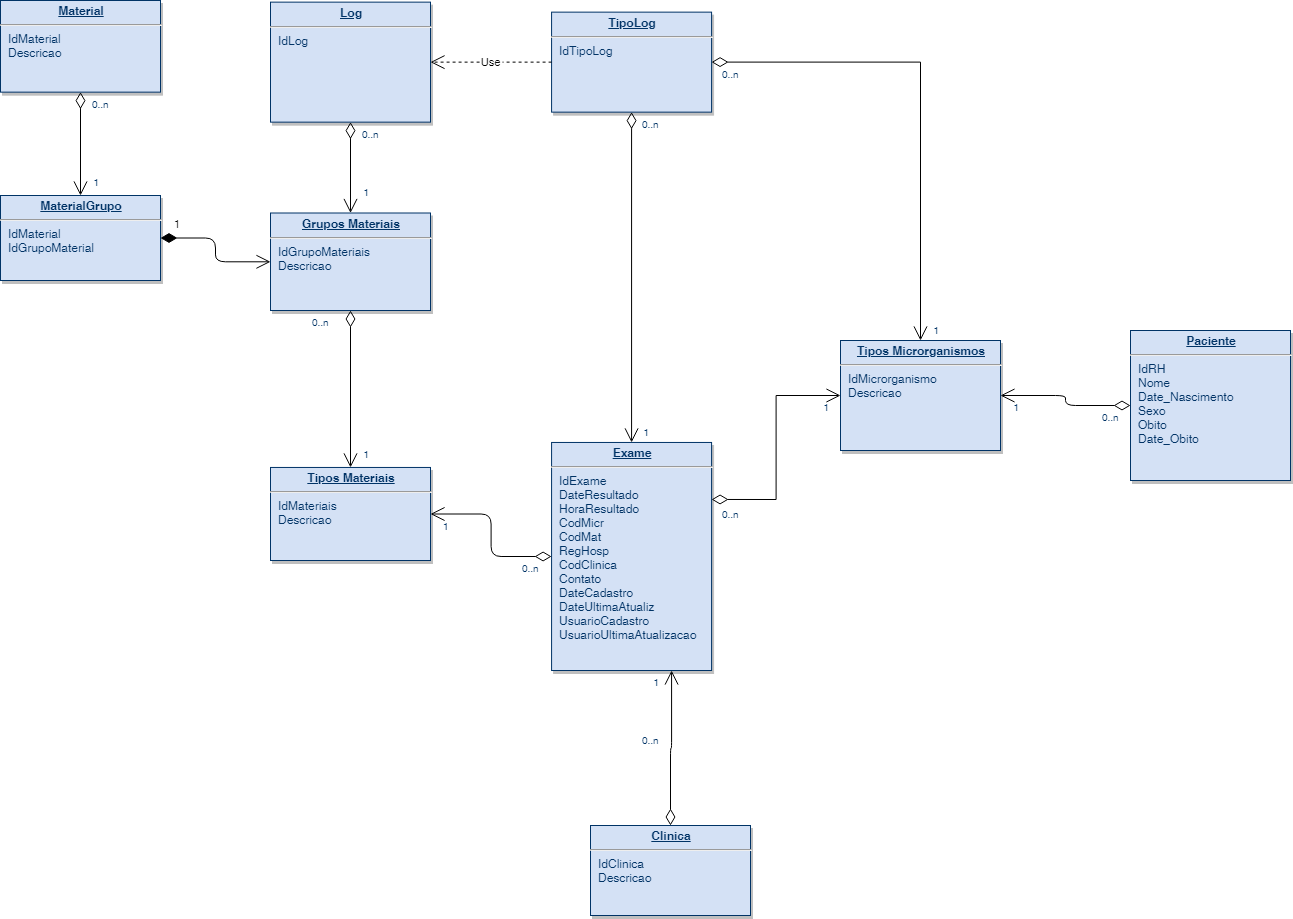
Earlier version of the draw.io export Sistema_Isolamento.png (henriqlustosa/Sistema_Isolamento_Novo). Source tidied: cells renumbered, new cells last; positions are measured from the earlier drawing's top-left corner, leaving out a move shared by most shapes.
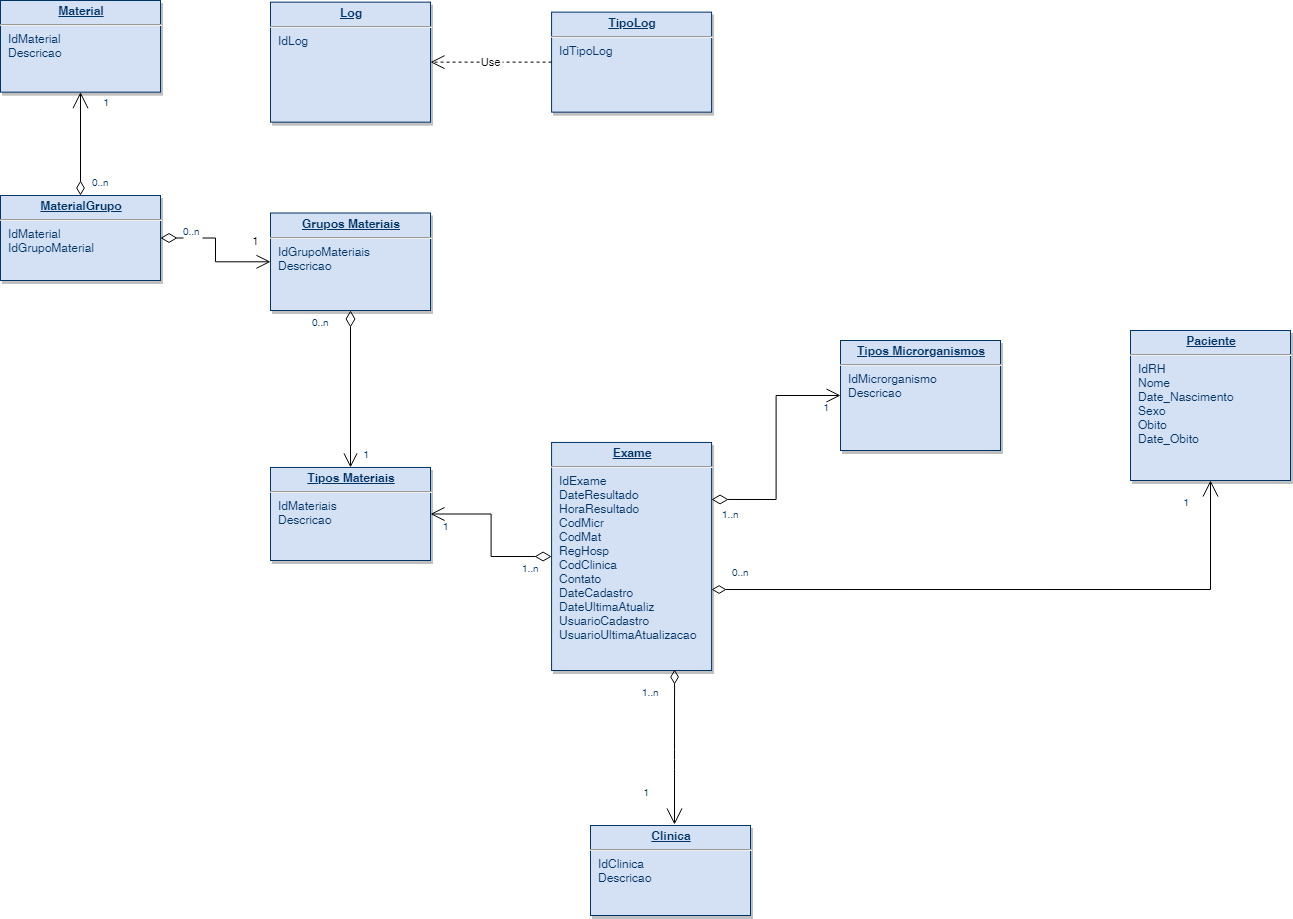
After the commit.

The edit, as a diff of the source:
```diff
@@ -32,36 +32,10 @@
     <mxCell id="11" value="&lt;p style=&quot;margin: 0px ; margin-top: 4px ; text-align: center ; text-decoration: underline&quot;&gt;&lt;b&gt;Clinica&lt;/b&gt;&lt;/p&gt;&lt;hr&gt;&lt;p style=&quot;margin: 0px ; margin-left: 8px&quot;&gt;IdClinica&lt;/p&gt;&lt;p style=&quot;margin: 0px ; margin-left: 8px&quot;&gt;Descricao&lt;/p&gt;" style="verticalAlign=top;align=left;overflow=fill;fontSize=12;fontFamily=Helvetica;html=1;strokeColor=#003366;shadow=1;fillColor=#D4E1F5;fontColor=#003366;" parent="1" vertex="1">
       <mxGeometry x="590" y="825" width="160" height="90" as="geometry" />
     </mxCell>
-    <mxCell id="12" style="endArrow=open;endSize=12;startArrow=diamondThin;startSize=14;startFill=0;edgeStyle=orthogonalEdgeStyle;" parent="1" edge="1" source="2" target="3">
-      <mxGeometry y="160" as="geometry" />
-    </mxCell>
-    <mxCell id="13" value="0..n" style="align=left;verticalAlign=top;labelBackgroundColor=#ffffff;fontSize=10;strokeColor=#003366;shadow=1;fillColor=#D4E1F5;fontColor=#003366;" parent="12" vertex="1">
-      <mxGeometry x="-1" relative="1" as="geometry">
-        <mxPoint x="10" as="offset" />
-      </mxGeometry>
-    </mxCell>
-    <mxCell id="14" value="1" style="align=right;verticalAlign=top;labelBackgroundColor=#ffffff;fontSize=10;strokeColor=#003366;shadow=1;fillColor=#D4E1F5;fontColor=#003366;" parent="12" vertex="1">
-      <mxGeometry x="1" relative="1" as="geometry">
-        <mxPoint x="590" y="105" as="offset" />
-      </mxGeometry>
-    </mxCell>
-    <mxCell id="15" style="endArrow=open;endSize=12;startArrow=diamondThin;startSize=14;startFill=0;edgeStyle=orthogonalEdgeStyle;rounded=0;" parent="1" edge="1" source="6" target="5">
-      <mxGeometry x="519.4" y="180" as="geometry" />
-    </mxCell>
-    <mxCell id="16" value="0..n" style="align=left;verticalAlign=top;labelBackgroundColor=#ffffff;fontSize=10;strokeColor=#003366;shadow=1;fillColor=#D4E1F5;fontColor=#003366;" parent="15" vertex="1">
-      <mxGeometry x="-1" relative="1" as="geometry">
-        <mxPoint x="8.9" as="offset" />
-      </mxGeometry>
-    </mxCell>
-    <mxCell id="17" value="1" style="align=right;verticalAlign=top;labelBackgroundColor=#ffffff;fontSize=10;strokeColor=#003366;shadow=1;fillColor=#D4E1F5;fontColor=#003366;" parent="15" vertex="1">
-      <mxGeometry x="1" relative="1" as="geometry">
-        <mxPoint x="-550" y="-160" as="offset" />
-      </mxGeometry>
-    </mxCell>
     <mxCell id="18" style="endArrow=open;endSize=12;startArrow=diamondThin;startSize=14;startFill=0;edgeStyle=orthogonalEdgeStyle;exitX=1;exitY=0.25;rounded=0;" parent="1" edge="1" source="10" target="5">
       <mxGeometry x="769.4" y="450" as="geometry" />
     </mxCell>
-    <mxCell id="19" value="0..n" style="align=left;verticalAlign=top;labelBackgroundColor=#ffffff;fontSize=10;strokeColor=#003366;shadow=1;fillColor=#D4E1F5;fontColor=#003366;" parent="18" vertex="1">
+    <mxCell id="19" value="1..n" style="align=left;verticalAlign=top;labelBackgroundColor=#ffffff;fontSize=10;strokeColor=#003366;shadow=1;fillColor=#D4E1F5;fontColor=#003366;" parent="18" vertex="1">
       <mxGeometry x="-1" relative="1" as="geometry">
         <mxPoint x="8.9" y="3" as="offset" />
       </mxGeometry>
@@ -71,43 +45,41 @@
         <mxPoint x="-10" as="offset" />
       </mxGeometry>
     </mxCell>
-    <mxCell id="21" style="endArrow=open;endSize=12;startArrow=diamondThin;startSize=14;startFill=0;edgeStyle=orthogonalEdgeStyle;" parent="1" edge="1" source="6" target="10">
-      <mxGeometry x="389.4" y="350" as="geometry" />
-    </mxCell>
-    <mxCell id="22" value="0..n" style="align=left;verticalAlign=top;labelBackgroundColor=#ffffff;fontSize=10;strokeColor=#003366;shadow=1;fillColor=#D4E1F5;fontColor=#003366;" parent="21" vertex="1">
-      <mxGeometry x="-1" relative="1" as="geometry">
-        <mxPoint x="8.9" as="offset" />
-      </mxGeometry>
-    </mxCell>
-    <mxCell id="23" value="1" style="align=right;verticalAlign=top;labelBackgroundColor=#ffffff;fontSize=10;strokeColor=#003366;shadow=1;fillColor=#D4E1F5;fontColor=#003366;" parent="21" vertex="1">
-      <mxGeometry x="1" relative="1" as="geometry">
-        <mxPoint x="18.9" y="-22" as="offset" />
-      </mxGeometry>
-    </mxCell>
-    <mxCell id="24" style="endArrow=open;endSize=12;startArrow=diamondThin;startSize=14;startFill=0;edgeStyle=orthogonalEdgeStyle;entryX=0.75;entryY=1;" parent="1" edge="1" source="11" target="10">
-      <mxGeometry x="479.4" y="790" as="geometry" />
+    <mxCell id="24" style="endArrow=diamondThin;endSize=12;startArrow=open;startSize=14;startFill=0;edgeStyle=orthogonalEdgeStyle;entryX=0.75;entryY=1;endFill=0;" parent="1" edge="1">
+      <mxGeometry x="482.4" y="789" as="geometry">
+        <mxPoint x="674" y="824" as="sourcePoint" />
+        <mxPoint x="674.1" y="669" as="targetPoint" />
+        <Array as="points">
+          <mxPoint x="674" y="759" />
+          <mxPoint x="674" y="759" />
+        </Array>
+      </mxGeometry>
     </mxCell>
-    <mxCell id="25" value="0..n" style="align=left;verticalAlign=top;labelBackgroundColor=#ffffff;fontSize=10;strokeColor=#003366;shadow=1;fillColor=#D4E1F5;fontColor=#003366;" parent="24" vertex="1">
+    <mxCell id="25" value="1..n" style="align=left;verticalAlign=top;labelBackgroundColor=#ffffff;fontSize=10;strokeColor=#003366;shadow=1;fillColor=#D4E1F5;fontColor=#003366;" parent="24" vertex="1">
       <mxGeometry x="-1" relative="1" as="geometry">
-        <mxPoint x="-30" y="-97.5" as="offset" />
+        <mxPoint x="-34" y="-144" as="offset" />
       </mxGeometry>
     </mxCell>
     <mxCell id="26" value="1" style="align=right;verticalAlign=top;labelBackgroundColor=#ffffff;fontSize=10;strokeColor=#003366;shadow=1;fillColor=#D4E1F5;fontColor=#003366;" parent="24" vertex="1">
       <mxGeometry x="1" relative="1" as="geometry">
-        <mxPoint x="-11.1" as="offset" />
+        <mxPoint x="-24.1" y="111" as="offset" />
       </mxGeometry>
     </mxCell>
-    <mxCell id="27" style="endArrow=open;endSize=12;startArrow=diamondThin;startSize=14;startFill=0;edgeStyle=orthogonalEdgeStyle;" parent="1" edge="1" source="9" target="5">
-      <mxGeometry x="1389.4" y="130" as="geometry" />
+    <mxCell id="27" style="endArrow=diamondThin;endSize=12;startArrow=open;startSize=14;startFill=0;edgeStyle=orthogonalEdgeStyle;entryX=1;entryY=0.645;entryDx=0;entryDy=0;entryPerimeter=0;rounded=0;endFill=0;" parent="1" edge="1" source="9" target="10">
+      <mxGeometry x="1389.4" y="130" as="geometry">
+        <Array as="points">
+          <mxPoint x="1210" y="589" />
+        </Array>
+      </mxGeometry>
     </mxCell>
     <mxCell id="28" value="0..n" style="align=left;verticalAlign=top;labelBackgroundColor=#ffffff;fontSize=10;strokeColor=#003366;shadow=1;fillColor=#D4E1F5;fontColor=#003366;" parent="27" vertex="1">
       <mxGeometry x="-1" relative="1" as="geometry">
-        <mxPoint x="-30" as="offset" />
+        <mxPoint x="-480" y="80" as="offset" />
       </mxGeometry>
     </mxCell>
     <mxCell id="29" value="1" style="align=right;verticalAlign=top;labelBackgroundColor=#ffffff;fontSize=10;strokeColor=#003366;shadow=1;fillColor=#D4E1F5;fontColor=#003366;" parent="27" vertex="1">
       <mxGeometry x="1" relative="1" as="geometry">
-        <mxPoint x="20" as="offset" />
+        <mxPoint x="479" y="-99" as="offset" />
       </mxGeometry>
     </mxCell>
     <mxCell id="30" style="endArrow=open;endSize=12;startArrow=diamondThin;startSize=14;startFill=0;edgeStyle=orthogonalEdgeStyle;" parent="1" edge="1" source="3" target="7">
@@ -123,23 +95,23 @@
         <mxPoint x="20" y="-25" as="offset" />
       </mxGeometry>
     </mxCell>
-    <mxCell id="33" style="endArrow=open;endSize=12;startArrow=diamondThin;startSize=14;startFill=0;edgeStyle=orthogonalEdgeStyle;" parent="1" edge="1" source="8" target="4">
+    <mxCell id="33" style="endArrow=diamondThin;endSize=12;startArrow=open;startSize=14;startFill=0;edgeStyle=orthogonalEdgeStyle;endFill=0;" parent="1" edge="1" source="8" target="4">
       <mxGeometry x="620" y="340" as="geometry" />
     </mxCell>
     <mxCell id="34" value="0..n" style="align=left;verticalAlign=top;labelBackgroundColor=#ffffff;fontSize=10;strokeColor=#003366;shadow=1;fillColor=#D4E1F5;fontColor=#003366;" parent="33" vertex="1">
       <mxGeometry x="-1" relative="1" as="geometry">
-        <mxPoint x="10" as="offset" />
+        <mxPoint x="10" y="78.4" as="offset" />
       </mxGeometry>
     </mxCell>
     <mxCell id="35" value="1" style="align=right;verticalAlign=top;labelBackgroundColor=#ffffff;fontSize=10;strokeColor=#003366;shadow=1;fillColor=#D4E1F5;fontColor=#003366;" parent="33" vertex="1">
       <mxGeometry x="1" relative="1" as="geometry">
-        <mxPoint x="20" y="-25" as="offset" />
+        <mxPoint x="30" y="-104.6" as="offset" />
       </mxGeometry>
     </mxCell>
-    <mxCell id="36" style="endArrow=open;endSize=12;startArrow=diamondThin;startSize=14;startFill=0;edgeStyle=orthogonalEdgeStyle;" parent="1" edge="1" source="10" target="7">
+    <mxCell id="36" style="endArrow=open;endSize=12;startArrow=diamondThin;startSize=14;startFill=0;edgeStyle=orthogonalEdgeStyle;rounded=0;" parent="1" edge="1" source="10" target="7">
       <mxGeometry x="369.4" y="360" as="geometry" />
     </mxCell>
-    <mxCell id="37" value="0..n" style="align=left;verticalAlign=top;labelBackgroundColor=#ffffff;fontSize=10;strokeColor=#003366;shadow=1;fillColor=#D4E1F5;fontColor=#003366;" parent="36" vertex="1">
+    <mxCell id="37" value="1..n" style="align=left;verticalAlign=top;labelBackgroundColor=#ffffff;fontSize=10;strokeColor=#003366;shadow=1;fillColor=#D4E1F5;fontColor=#003366;" parent="36" vertex="1">
       <mxGeometry x="-1" relative="1" as="geometry">
         <mxPoint x="-31.1" as="offset" />
       </mxGeometry>
@@ -152,8 +124,13 @@
     <mxCell id="39" value="Use" style="endArrow=open;endSize=12;dashed=1;" parent="1" edge="1" source="6" target="2">
       <mxGeometry x="430" y="50" as="geometry" />
     </mxCell>
-    <mxCell id="40" value="1" style="endArrow=open;endSize=12;startArrow=diamondThin;startSize=14;startFill=1;edgeStyle=orthogonalEdgeStyle;align=left;verticalAlign=bottom;" parent="1" edge="1" source="4" target="3">
-      <mxGeometry x="-0.82" y="5" relative="1" as="geometry" />
+    <mxCell id="40" value="1" style="endArrow=open;endSize=12;startArrow=diamondThin;startSize=14;startFill=0;edgeStyle=orthogonalEdgeStyle;align=left;verticalAlign=bottom;rounded=0;" parent="1" edge="1" source="4" target="3">
+      <mxGeometry x="0.7" y="11" relative="1" as="geometry" />
     </mxCell>
+    <mxCell id="41" value="0..n" style="align=left;verticalAlign=top;labelBackgroundColor=#ffffff;fontSize=10;strokeColor=#003366;shadow=1;fillColor=#D4E1F5;fontColor=#003366;" parent="1" vertex="1">
+      <mxGeometry x="100" y="180" as="geometry">
+        <mxPoint x="81" y="39" as="offset" />
+      </mxGeometry>
+    </mxCell>
   </root>
 </mxGraphModel>
```
